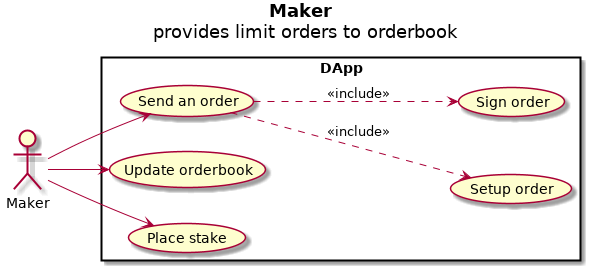
This is docs/dapp_usecase_maker.png from callmebi/enon-crosschain-ethereum-dex, a PlantUML export, as it was before one commit. Its diagram source:
```plantuml
@startuml
title <b>Maker<b> \n provides limit orders to orderbook
left to right direction

actor Maker

rectangle DApp {
  usecase "Update orderbook" as update
  usecase "Place stake" as stake
  usecase "Send an order" as send
  usecase "Setup order" as setup
  usecase "Sign order" as sign
}

Maker -down-> update
Maker -down-> stake
Maker -right-> send

send .down.> setup : <<include>>
send .down.> sign : <<include>>

@enduml
```
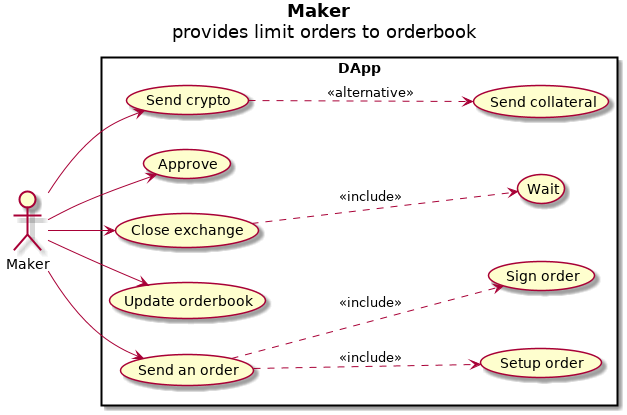
After the change.

Commit message:
Taker and maker usecases edition

What changed in the source:
```diff
@@ -6,17 +6,27 @@
 
 rectangle DApp {
   usecase "Update orderbook" as update
-  usecase "Place stake" as stake
+  usecase "Approve" as approve
   usecase "Send an order" as send
+  usecase "Send collateral" as collateral
   usecase "Setup order" as setup
   usecase "Sign order" as sign
+  usecase "Send crypto" as crypto
+  usecase "Close exchange" as close
+  usecase "Wait" as wait
 }
 
+
 Maker -down-> update
-Maker -down-> stake
-Maker -right-> send
+Maker -down-> send
+Maker -right-> crypto
+Maker -right-> approve
+Maker -right-> close
 
+
+crypto .down.> collateral : <<alternative>>
 send .down.> setup : <<include>>
 send .down.> sign : <<include>>
+close .down.> wait : <<include>>
 
 @enduml
```
